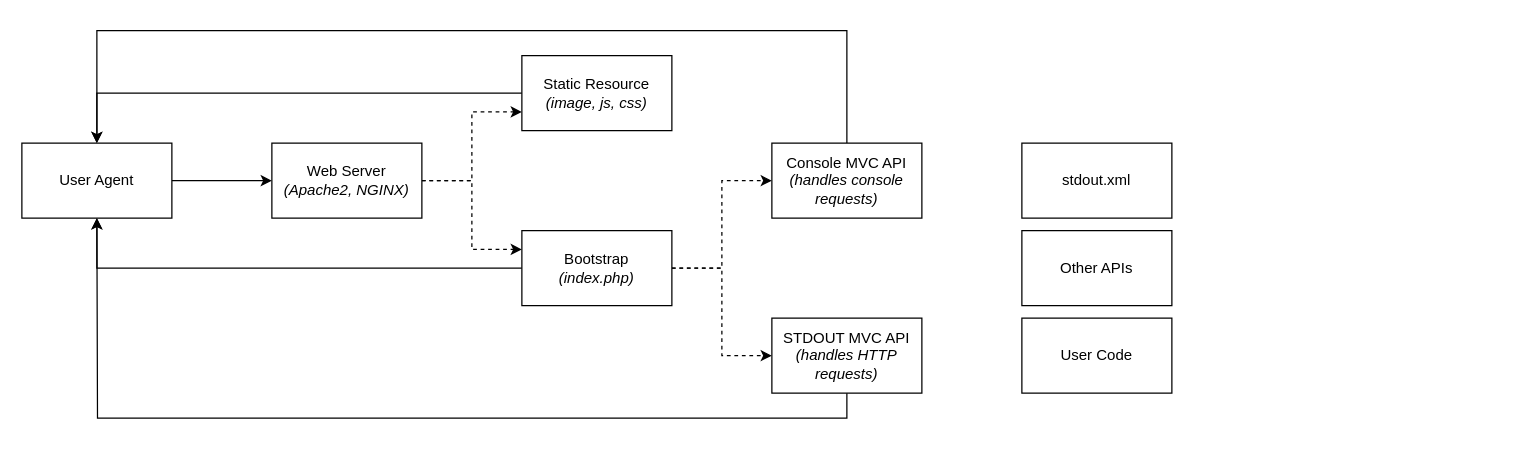
Above: Untitled Diagram.drawio in aherne/lucinda-framework (draw.io), before the change. Source tidied: cells renumbered, new cells numbered last; positions are measured from the earlier drawing's top-left corner, leaving out a move shared by most shapes. Both pictures are drawn from the tidied source at 125%, with x=0, y=0 at pixel (21, 30).
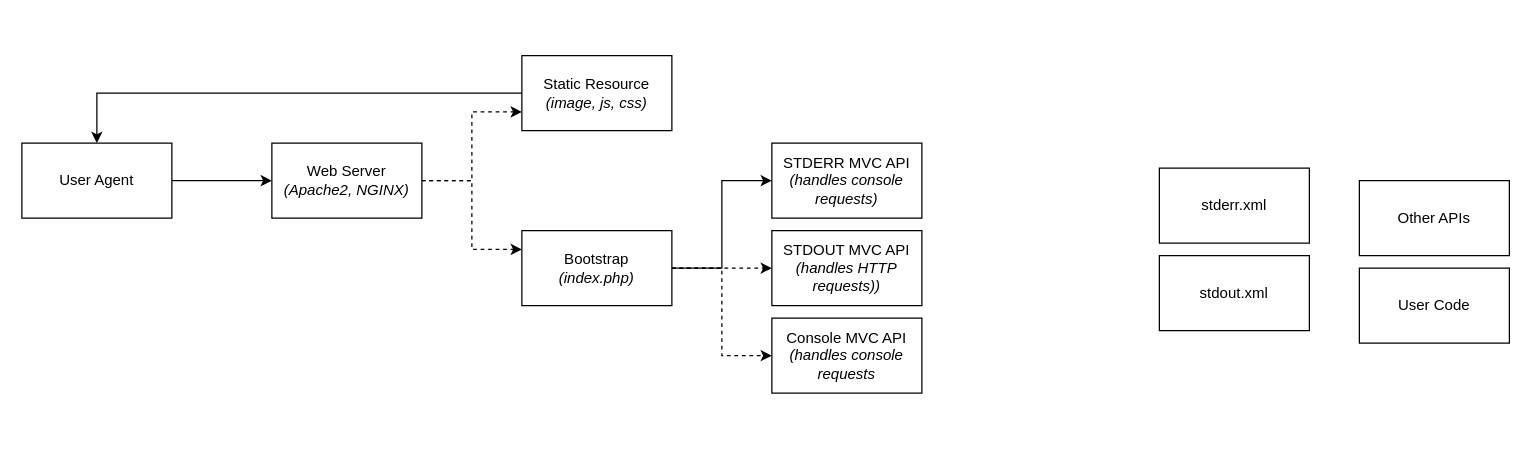
The same diagram, later.

The change refers to these unchanged cells:
```xml
<mxCell id="3" value="User Agent" style="rounded=0;whiteSpace=wrap;html=1;" parent="1" vertex="1">
  <mxGeometry y="90" width="120" height="60" as="geometry" />
</mxCell>
<mxCell id="10" value="Bootstrap&lt;br&gt;&lt;i&gt;(index.php)&lt;/i&gt;" style="rounded=0;whiteSpace=wrap;html=1;" parent="1" vertex="1">
  <mxGeometry x="400" y="160" width="120" height="60" as="geometry" />
</mxCell>
```

Change to the diagram source:
```diff
@@
-    <mxCell id="7" style="edgeStyle=orthogonalEdgeStyle;rounded=0;jettySize=auto;html=1;exitX=0;exitY=0.5;exitDx=0;exitDy=0;entryX=0.5;entryY=1;entryDx=0;entryDy=0;" parent="1" edge="1" source="10" target="3">
-      <mxGeometry relative="1" as="geometry" />
-    </mxCell>
-    <mxCell id="8" style="edgeStyle=orthogonalEdgeStyle;rounded=0;jettySize=auto;html=1;exitX=1;exitY=0.5;exitDx=0;exitDy=0;entryX=0;entryY=0.5;entryDx=0;entryDy=0;dashed=1;" parent="1" edge="1" source="10" target="14">
+    <mxCell id="8" style="edgeStyle=orthogonalEdgeStyle;rounded=0;jettySize=auto;html=1;exitX=1;exitY=0.5;exitDx=0;exitDy=0;entryX=0;entryY=0.5;entryDx=0;entryDy=0;" parent="1" edge="1" source="10" target="14">
       <mxGeometry relative="1" as="geometry" />
     </mxCell>
@@
+    <mxCell id="20" style="edgeStyle=orthogonalEdgeStyle;rounded=0;jettySize=auto;html=1;exitX=1;exitY=0.5;exitDx=0;exitDy=0;entryX=0;entryY=0.5;entryDx=0;entryDy=0;dashed=1;" parent="1" edge="1" source="10" target="21">
+      <mxGeometry relative="1" as="geometry" />
+    </mxCell>
@@
-    <mxCell id="13" style="edgeStyle=orthogonalEdgeStyle;jettySize=auto;html=1;exitX=0.5;exitY=0;exitDx=0;exitDy=0;entryX=0.5;entryY=0;entryDx=0;entryDy=0;rounded=0;" parent="1" edge="1" source="14" target="3">
-      <mxGeometry relative="1" as="geometry">
-        <Array as="points">
-          <mxPoint x="660" />
-          <mxPoint x="60" />
-        </Array>
-      </mxGeometry>
-    </mxCell>
-    <mxCell id="14" value="Console MVC API&lt;br&gt;&lt;i&gt;(handles console requests)&lt;/i&gt;" style="rounded=0;whiteSpace=wrap;html=1;" parent="1" vertex="1">
+    <mxCell id="14" value="STDERR MVC API&lt;br&gt;&lt;i&gt;(handles console requests)&lt;/i&gt;" style="rounded=0;whiteSpace=wrap;html=1;" parent="1" vertex="1">
       <mxGeometry x="600" y="90" width="120" height="60" as="geometry" />
     </mxCell>
-    <mxCell id="15" style="edgeStyle=orthogonalEdgeStyle;rounded=0;jettySize=auto;html=1;exitX=0.5;exitY=1;exitDx=0;exitDy=0;" parent="1" edge="1" source="16">
-      <mxGeometry relative="1" as="geometry">
-        <mxPoint x="60" y="150" as="targetPoint" />
-      </mxGeometry>
-    </mxCell>
-    <mxCell id="16" value="STDOUT MVC API&lt;br&gt;&lt;i&gt;(handles HTTP requests)&lt;/i&gt;" style="rounded=0;whiteSpace=wrap;html=1;" parent="1" vertex="1">
+    <mxCell id="16" value="Console MVC API&lt;br&gt;&lt;i&gt;(handles console requests&lt;/i&gt;" style="rounded=0;whiteSpace=wrap;html=1;" parent="1" vertex="1">
       <mxGeometry x="600" y="230" width="120" height="60" as="geometry" />
     </mxCell>
     <mxCell id="17" value="Other APIs" style="rounded=0;whiteSpace=wrap;html=1;" parent="1" vertex="1">
-      <mxGeometry x="800" y="160" width="120" height="60" as="geometry" />
+      <mxGeometry x="1070" y="120" width="120" height="60" as="geometry" />
     </mxCell>
-    <mxCell id="18" value="stdout.xml&lt;br&gt;" style="rounded=0;whiteSpace=wrap;html=1;" parent="1" vertex="1">
-      <mxGeometry x="800" y="90" width="120" height="60" as="geometry" />
+    <mxCell id="18" value="stderr.xml" style="rounded=0;whiteSpace=wrap;html=1;" parent="1" vertex="1">
+      <mxGeometry x="910" y="110" width="120" height="60" as="geometry" />
     </mxCell>
     <mxCell id="19" value="User Code" style="rounded=0;whiteSpace=wrap;html=1;" parent="1" vertex="1">
-      <mxGeometry x="800" y="230" width="120" height="60" as="geometry" />
+      <mxGeometry x="1070" y="190" width="120" height="60" as="geometry" />
     </mxCell>
+    <mxCell id="21" value="STDOUT MVC API&lt;br&gt;&lt;i&gt;(handles HTTP requests)&lt;/i&gt;&lt;i&gt;)&lt;/i&gt;" style="rounded=0;whiteSpace=wrap;html=1;" parent="1" vertex="1">
+      <mxGeometry x="600" y="160" width="120" height="60" as="geometry" />
+    </mxCell>
+    <mxCell id="22" value="stdout.xml" style="rounded=0;whiteSpace=wrap;html=1;" parent="1" vertex="1">
+      <mxGeometry x="910" y="180" width="120" height="60" as="geometry" />
+    </mxCell>
```
